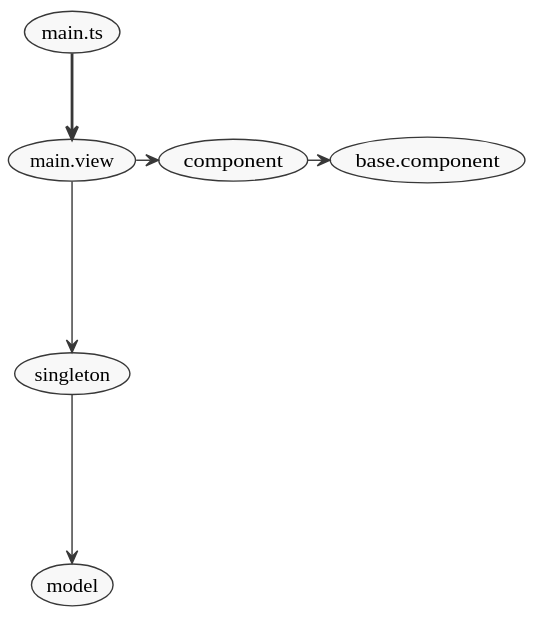
The PlantUML diagram test/sample/docs/architecture.svg in dyatko/arkit, before a commit. Its diagram source:
```plantuml
@startuml
scale max 1200 width
top to bottom direction
skinparam monochrome true
skinparam shadowing false
skinparam nodesep 16
skinparam defaultFontName Tahoma
skinparam defaultFontSize 14

skinparam usecase {
  borderThickness 1
}


(base.component)
(component)
(main.ts)
(main.view)
(model)
(singleton)

(component) -> (base.component)
(main.ts) ==> (main.view)
(main.view) -> (component)
(main.view) ---> (singleton)
(singleton) ---> (model)
@enduml
```
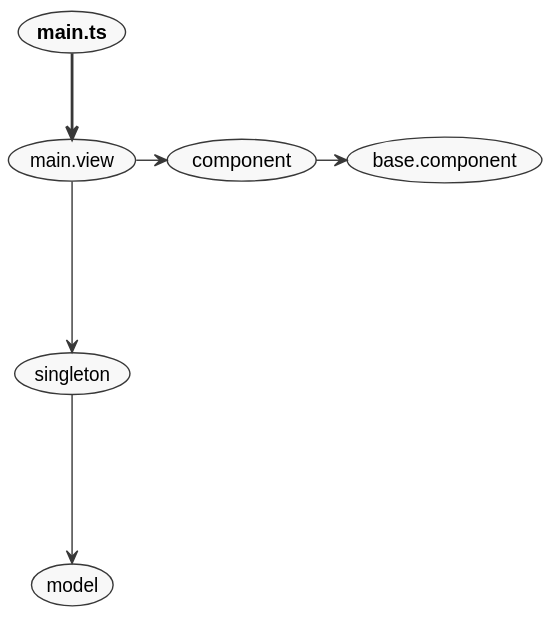
Above is the later version.

Diff of the diagram source:
```diff
@@ -3,7 +3,7 @@
 top to bottom direction
 skinparam monochrome true
 skinparam shadowing false
-skinparam nodesep 16
+skinparam nodesep 22
 skinparam defaultFontName Tahoma
 skinparam defaultFontSize 14
 
@@ -14,13 +14,13 @@
 
 (base.component)
 (component)
-(main.ts)
+(<b>main.ts</b>)
 (main.view)
 (model)
 (singleton)
 
 (component) -> (base.component)
-(main.ts) ==> (main.view)
+(<b>main.ts</b>) ==> (main.view)
 (main.view) -> (component)
 (main.view) ---> (singleton)
 (singleton) ---> (model)
```
